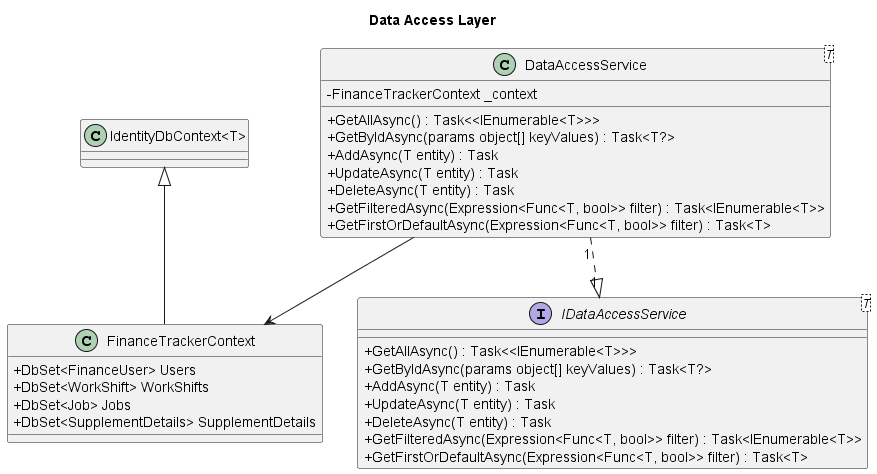
Before: diagrams/out/backend/DataAccessLayer/DataAccessLayer.png, a diagram exported from PlantUML (a-chiha/FinanceTrackerBackend).
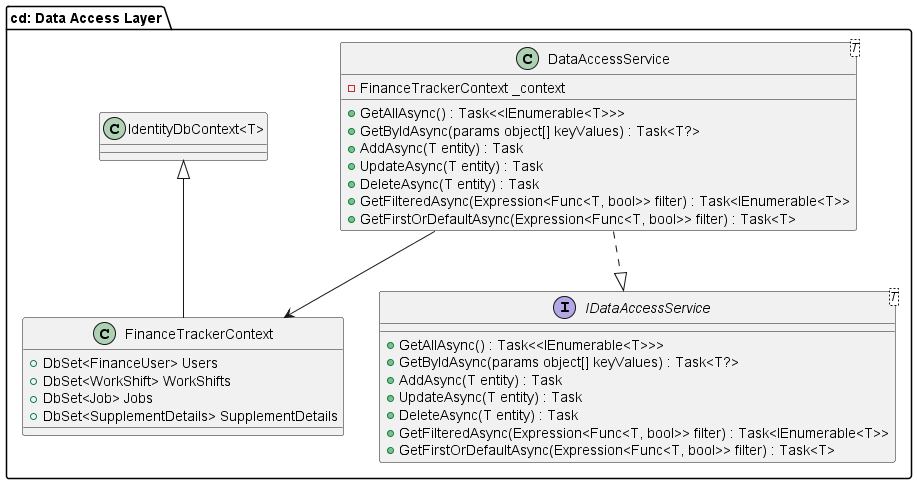
After the commit.

The edit, as a diff of the source:
```diff
@@ -1,6 +1,6 @@
 @startuml
-skinparam classAttributeIconSize 0
-title Data Access Layer
+package "cd: Data Access Layer" {
+
 
 class FinanceTrackerContext {
     + DbSet<FinanceUser> Users
@@ -37,6 +37,6 @@
 
 
 DataAccessService --> FinanceTrackerContext
-DataAccessService "1" ..|> "1" IDataAccessService
+DataAccessService ..|> IDataAccessService
 
 @enduml
```
